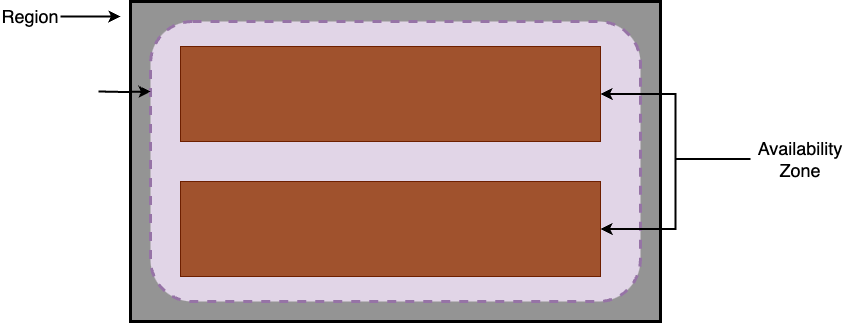
Earlier version of the draw.io export public/diag/vpcDiag.png (dyuk01/blog). Source tidied: cells renumbered, new cells last; positions are measured from the earlier drawing's top-left corner, leaving out a move shared by most shapes. Source of this version:
```xml
<mxGraphModel>
  <root>
    <mxCell id="0" />
    <mxCell id="1" parent="0" />
    <mxCell id="2" style="rounded=0;whiteSpace=wrap;html=1;fillColor=#949494;fontColor=#333333;strokeColor=#000000;strokeWidth=3;" parent="1" vertex="1">
      <mxGeometry x="130" width="530" height="320" as="geometry" />
    </mxCell>
    <mxCell id="3" style="rounded=1;whiteSpace=wrap;html=1;fillColor=#e1d5e7;strokeColor=#9673a6;dashed=1;strokeWidth=3;" parent="1" vertex="1">
      <mxGeometry x="150" y="20" width="490" height="280" as="geometry" />
    </mxCell>
    <mxCell id="4" style="edgeStyle=orthogonalEdgeStyle;rounded=0;jettySize=auto;html=1;entryX=0;entryY=0.25;entryDx=0;entryDy=0;strokeWidth=2;" parent="1" edge="1" target="3">
      <mxGeometry relative="1" as="geometry">
        <mxPoint x="98" y="90" as="sourcePoint" />
      </mxGeometry>
    </mxCell>
    <mxCell id="5" style="edgeStyle=orthogonalEdgeStyle;rounded=0;jettySize=auto;html=1;strokeWidth=2;" parent="1" edge="1" source="6">
      <mxGeometry relative="1" as="geometry">
        <mxPoint x="120" y="15" as="targetPoint" />
      </mxGeometry>
    </mxCell>
    <mxCell id="6" value="&lt;font style=&quot;font-size: 18px;&quot;&gt;Region&lt;/font&gt;" style="text;html=1;align=center;verticalAlign=middle;whiteSpace=wrap;rounded=0;" parent="1" vertex="1">
      <mxGeometry width="60" height="30" as="geometry" />
    </mxCell>
    <mxCell id="7" style="rounded=0;whiteSpace=wrap;html=1;fillColor=#a0522d;strokeColor=#6D1F00;fontColor=#ffffff;" parent="1" vertex="1">
      <mxGeometry x="180" y="45" width="420" height="95" as="geometry" />
    </mxCell>
    <mxCell id="8" style="rounded=0;whiteSpace=wrap;html=1;fillColor=#a0522d;strokeColor=#6D1F00;fontColor=#ffffff;" parent="1" vertex="1">
      <mxGeometry x="180" y="180" width="420" height="95" as="geometry" />
    </mxCell>
    <mxCell id="9" style="edgeStyle=orthogonalEdgeStyle;rounded=0;jettySize=auto;html=1;entryX=1;entryY=0.5;entryDx=0;entryDy=0;strokeWidth=2;" parent="1" edge="1" source="11" target="7">
      <mxGeometry relative="1" as="geometry" />
    </mxCell>
    <mxCell id="10" style="edgeStyle=orthogonalEdgeStyle;rounded=0;jettySize=auto;html=1;entryX=1;entryY=0.5;entryDx=0;entryDy=0;strokeWidth=2;" parent="1" edge="1" source="11" target="8">
      <mxGeometry relative="1" as="geometry" />
    </mxCell>
    <mxCell id="11" value="&lt;font style=&quot;font-size: 18px;&quot;&gt;Availability Zone&lt;/font&gt;" style="text;html=1;align=center;verticalAlign=middle;whiteSpace=wrap;rounded=0;" parent="1" vertex="1">
      <mxGeometry x="750" y="135" width="100" height="45" as="geometry" />
    </mxCell>
  </root>
</mxGraphModel>
```
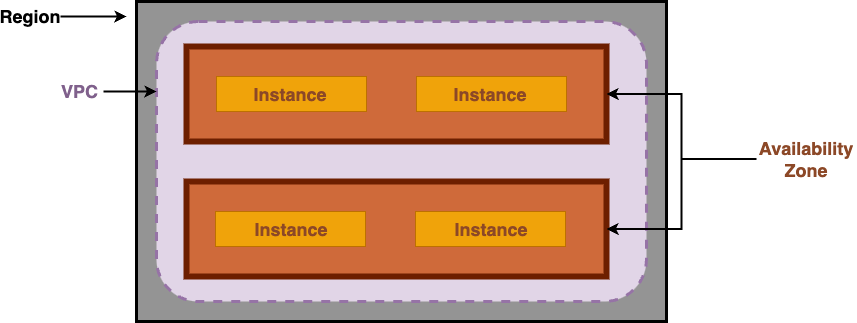
After the commit.

What changed in the source:
```diff
@@ -8,33 +8,58 @@
     <mxCell id="3" style="rounded=1;whiteSpace=wrap;html=1;fillColor=#e1d5e7;strokeColor=#9673a6;dashed=1;strokeWidth=3;" parent="1" vertex="1">
       <mxGeometry x="150" y="20" width="490" height="280" as="geometry" />
     </mxCell>
-    <mxCell id="4" style="edgeStyle=orthogonalEdgeStyle;rounded=0;jettySize=auto;html=1;entryX=0;entryY=0.25;entryDx=0;entryDy=0;strokeWidth=2;" parent="1" edge="1" target="3">
-      <mxGeometry relative="1" as="geometry">
-        <mxPoint x="98" y="90" as="sourcePoint" />
-      </mxGeometry>
-    </mxCell>
     <mxCell id="5" style="edgeStyle=orthogonalEdgeStyle;rounded=0;jettySize=auto;html=1;strokeWidth=2;" parent="1" edge="1" source="6">
       <mxGeometry relative="1" as="geometry">
         <mxPoint x="120" y="15" as="targetPoint" />
       </mxGeometry>
     </mxCell>
-    <mxCell id="6" value="&lt;font style=&quot;font-size: 18px;&quot;&gt;Region&lt;/font&gt;" style="text;html=1;align=center;verticalAlign=middle;whiteSpace=wrap;rounded=0;" parent="1" vertex="1">
-      <mxGeometry width="60" height="30" as="geometry" />
+    <mxCell id="6" value="&lt;font style=&quot;font-size: 18px;&quot;&gt;Region&lt;/font&gt;" style="text;html=1;align=center;verticalAlign=middle;whiteSpace=wrap;rounded=0;fontStyle=1;" parent="1" vertex="1">
+      <mxGeometry x="-6" width="60" height="30" as="geometry" />
     </mxCell>
-    <mxCell id="7" style="rounded=0;whiteSpace=wrap;html=1;fillColor=#a0522d;strokeColor=#6D1F00;fontColor=#ffffff;" parent="1" vertex="1">
+    <mxCell id="7" style="rounded=0;whiteSpace=wrap;html=1;fillColor=#CF6A3A;strokeColor=#6D1F00;fontColor=#ffffff;gradientColor=none;strokeWidth=6;" parent="1" vertex="1">
       <mxGeometry x="180" y="45" width="420" height="95" as="geometry" />
     </mxCell>
-    <mxCell id="8" style="rounded=0;whiteSpace=wrap;html=1;fillColor=#a0522d;strokeColor=#6D1F00;fontColor=#ffffff;" parent="1" vertex="1">
+    <mxCell id="8" style="rounded=0;whiteSpace=wrap;html=1;fillColor=#cf6a3a;strokeColor=#6D1F00;fontColor=#ffffff;strokeWidth=6;" parent="1" vertex="1">
       <mxGeometry x="180" y="180" width="420" height="95" as="geometry" />
     </mxCell>
-    <mxCell id="9" style="edgeStyle=orthogonalEdgeStyle;rounded=0;jettySize=auto;html=1;entryX=1;entryY=0.5;entryDx=0;entryDy=0;strokeWidth=2;" parent="1" edge="1" source="11" target="7">
+    <mxCell id="9" style="edgeStyle=orthogonalEdgeStyle;rounded=0;jettySize=auto;html=1;entryX=1;entryY=0.5;entryDx=0;entryDy=0;strokeWidth=2;fontColor=#8C4827;" parent="1" edge="1" source="11" target="7">
       <mxGeometry relative="1" as="geometry" />
     </mxCell>
-    <mxCell id="10" style="edgeStyle=orthogonalEdgeStyle;rounded=0;jettySize=auto;html=1;entryX=1;entryY=0.5;entryDx=0;entryDy=0;strokeWidth=2;" parent="1" edge="1" source="11" target="8">
+    <mxCell id="10" style="edgeStyle=orthogonalEdgeStyle;rounded=0;jettySize=auto;html=1;entryX=1;entryY=0.5;entryDx=0;entryDy=0;strokeWidth=2;fontColor=#8C4827;" parent="1" edge="1" source="11" target="8">
       <mxGeometry relative="1" as="geometry" />
     </mxCell>
-    <mxCell id="11" value="&lt;font style=&quot;font-size: 18px;&quot;&gt;Availability Zone&lt;/font&gt;" style="text;html=1;align=center;verticalAlign=middle;whiteSpace=wrap;rounded=0;" parent="1" vertex="1">
+    <mxCell id="11" value="&lt;font style=&quot;font-size: 18px;&quot;&gt;Availability Zone&lt;/font&gt;" style="text;html=1;align=center;verticalAlign=middle;whiteSpace=wrap;rounded=0;fontColor=#8C4827;fontStyle=1;" parent="1" vertex="1">
       <mxGeometry x="750" y="135" width="100" height="45" as="geometry" />
     </mxCell>
+    <mxCell id="12" style="edgeStyle=orthogonalEdgeStyle;rounded=0;jettySize=auto;html=1;entryX=0;entryY=0.25;entryDx=0;entryDy=0;strokeWidth=2;" parent="1" edge="1" source="13" target="3">
+      <mxGeometry relative="1" as="geometry" />
+    </mxCell>
+    <mxCell id="13" value="&lt;font style=&quot;font-size: 18px;&quot;&gt;VPC&lt;/font&gt;" style="text;html=1;align=center;verticalAlign=middle;whiteSpace=wrap;rounded=0;fontColor=#80618C;fontStyle=1;" parent="1" vertex="1">
+      <mxGeometry x="50" y="75" width="47" height="30" as="geometry" />
+    </mxCell>
+    <mxCell id="14" style="rounded=0;whiteSpace=wrap;html=1;fillColor=#f0a30a;strokeColor=#BD7000;fontColor=#000000;" parent="1" vertex="1">
+      <mxGeometry x="210" y="75" width="150" height="35" as="geometry" />
+    </mxCell>
+    <mxCell id="15" style="rounded=0;whiteSpace=wrap;html=1;fillColor=#f0a30a;strokeColor=#BD7000;fontColor=#000000;" parent="1" vertex="1">
+      <mxGeometry x="410" y="75" width="150" height="35" as="geometry" />
+    </mxCell>
+    <mxCell id="16" style="rounded=0;whiteSpace=wrap;html=1;fillColor=#f0a30a;strokeColor=#BD7000;fontColor=#000000;" parent="1" vertex="1">
+      <mxGeometry x="209" y="210" width="150" height="35" as="geometry" />
+    </mxCell>
+    <mxCell id="17" style="rounded=0;whiteSpace=wrap;html=1;fillColor=#f0a30a;strokeColor=#BD7000;fontColor=#000000;" parent="1" vertex="1">
+      <mxGeometry x="409" y="210" width="150" height="35" as="geometry" />
+    </mxCell>
+    <mxCell id="18" value="&lt;font style=&quot;font-size: 18px;&quot;&gt;Instance&lt;/font&gt;" style="text;html=1;align=center;verticalAlign=middle;whiteSpace=wrap;rounded=0;fontColor=#8C4827;fontStyle=1;" parent="1" vertex="1">
+      <mxGeometry x="234" y="70" width="100" height="45" as="geometry" />
+    </mxCell>
+    <mxCell id="19" value="&lt;font style=&quot;font-size: 18px;&quot;&gt;Instance&lt;/font&gt;" style="text;html=1;align=center;verticalAlign=middle;whiteSpace=wrap;rounded=0;fontColor=#8C4827;fontStyle=1;" parent="1" vertex="1">
+      <mxGeometry x="434" y="70" width="100" height="45" as="geometry" />
+    </mxCell>
+    <mxCell id="20" value="&lt;font style=&quot;font-size: 18px;&quot;&gt;Instance&lt;/font&gt;" style="text;html=1;align=center;verticalAlign=middle;whiteSpace=wrap;rounded=0;fontColor=#8C4827;fontStyle=1;" parent="1" vertex="1">
+      <mxGeometry x="435" y="205" width="100" height="45" as="geometry" />
+    </mxCell>
+    <mxCell id="21" value="&lt;font style=&quot;font-size: 18px;&quot;&gt;Instance&lt;/font&gt;" style="text;html=1;align=center;verticalAlign=middle;whiteSpace=wrap;rounded=0;fontColor=#8C4827;fontStyle=1;" parent="1" vertex="1">
+      <mxGeometry x="235" y="205" width="100" height="45" as="geometry" />
+    </mxCell>
   </root>
 </mxGraphModel>
```
